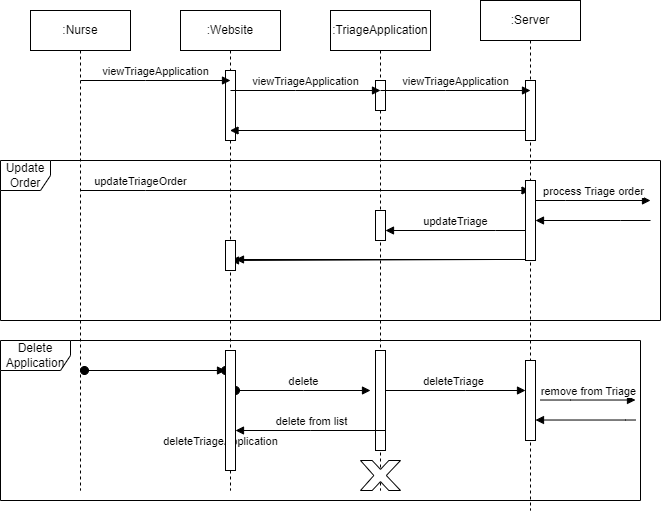
Earlier version of the draw.io export Milestone2/activityDiagrams/Copy of view triage sequence diagram.drawio.png (SENG-350-2024-fall/Team5). Source tidied: cells renumbered, new cells last; positions are measured from the earlier drawing's top-left corner, leaving out a move shared by most shapes. Source of this version:
```xml
<mxGraphModel>
  <root>
    <mxCell id="0" />
    <mxCell id="1" parent="0" />
    <mxCell id="2" value=":TriageApplication" style="shape=umlLifeline;perimeter=lifelinePerimeter;whiteSpace=wrap;html=1;outlineConnect=0;portConstraint=eastwest;newEdgeStyle={&quot;edgeStyle&quot;:&quot;elbowEdgeStyle&quot;,&quot;elbow&quot;:&quot;vertical&quot;,&quot;curved&quot;:0,&quot;rounded&quot;:0};" parent="1" vertex="1">
      <mxGeometry x="330" y="10" width="100" height="480" as="geometry" />
    </mxCell>
    <mxCell id="3" style="html=1;points=[];perimeter=orthogonalPerimeter;outlineConnect=0;targetShapes=umlLifeline;portConstraint=eastwest;newEdgeStyle={&quot;edgeStyle&quot;:&quot;elbowEdgeStyle&quot;,&quot;elbow&quot;:&quot;vertical&quot;,&quot;curved&quot;:0,&quot;rounded&quot;:0};" parent="2" vertex="1">
      <mxGeometry x="45" y="70" width="10" height="30" as="geometry" />
    </mxCell>
    <mxCell id="4" value=":Server" style="shape=umlLifeline;perimeter=lifelinePerimeter;whiteSpace=wrap;html=1;outlineConnect=0;portConstraint=eastwest;newEdgeStyle={&quot;edgeStyle&quot;:&quot;elbowEdgeStyle&quot;,&quot;elbow&quot;:&quot;vertical&quot;,&quot;curved&quot;:0,&quot;rounded&quot;:0};" parent="1" vertex="1">
      <mxGeometry x="480" width="100" height="510" as="geometry" />
    </mxCell>
    <mxCell id="5" style="html=1;perimeter=orthogonalPerimeter;targetShapes=umlLifeline;newEdgeStyle={&quot;edgeStyle&quot;:&quot;elbowEdgeStyle&quot;,&quot;elbow&quot;:&quot;vertical&quot;,&quot;curved&quot;:0,&quot;rounded&quot;:0};" parent="4" vertex="1">
      <mxGeometry x="45" y="80" width="10" height="60" as="geometry" />
    </mxCell>
    <mxCell id="6" value=":Website" style="shape=umlLifeline;perimeter=lifelinePerimeter;whiteSpace=wrap;html=1;outlineConnect=0;portConstraint=eastwest;newEdgeStyle={&quot;edgeStyle&quot;:&quot;elbowEdgeStyle&quot;,&quot;elbow&quot;:&quot;vertical&quot;,&quot;curved&quot;:0,&quot;rounded&quot;:0};" parent="1" vertex="1">
      <mxGeometry x="180" y="10" width="100" height="480" as="geometry" />
    </mxCell>
    <mxCell id="7" style="html=1;perimeter=orthogonalPerimeter;targetShapes=umlLifeline;newEdgeStyle={&quot;edgeStyle&quot;:&quot;elbowEdgeStyle&quot;,&quot;elbow&quot;:&quot;vertical&quot;,&quot;curved&quot;:0,&quot;rounded&quot;:0};" parent="6" vertex="1">
      <mxGeometry x="45" y="60" width="10" height="70" as="geometry" />
    </mxCell>
    <mxCell id="8" value=":Nurse" style="shape=umlLifeline;perimeter=lifelinePerimeter;whiteSpace=wrap;html=1;newEdgeStyle={&quot;edgeStyle&quot;:&quot;elbowEdgeStyle&quot;,&quot;elbow&quot;:&quot;vertical&quot;,&quot;curved&quot;:0,&quot;rounded&quot;:0};" parent="1" vertex="1">
      <mxGeometry x="30" y="10" width="100" height="480" as="geometry" />
    </mxCell>
    <mxCell id="9" value="viewTriageApplication" style="html=1;verticalAlign=bottom;endArrow=block;edgeStyle=elbowEdgeStyle;elbow=vertical;curved=0;rounded=0;" parent="1" edge="1">
      <mxGeometry relative="1" as="geometry">
        <mxPoint x="80" y="80" as="sourcePoint" />
        <mxPoint x="230" y="80" as="targetPoint" />
        <Array as="points">
          <mxPoint x="145" y="80" />
        </Array>
      </mxGeometry>
    </mxCell>
    <mxCell id="10" value="viewTriageApplication" style="html=1;verticalAlign=bottom;endArrow=block;edgeStyle=elbowEdgeStyle;elbow=vertical;curved=0;rounded=0;" parent="1" edge="1">
      <mxGeometry relative="1" as="geometry">
        <mxPoint x="230" y="90" as="sourcePoint" />
        <mxPoint x="380" y="90" as="targetPoint" />
        <Array as="points">
          <mxPoint x="295" y="90" />
        </Array>
      </mxGeometry>
    </mxCell>
    <mxCell id="11" value="viewTriageApplication" style="html=1;verticalAlign=bottom;endArrow=block;edgeStyle=elbowEdgeStyle;elbow=vertical;curved=0;rounded=0;" parent="1" edge="1">
      <mxGeometry relative="1" as="geometry">
        <mxPoint x="380" y="90" as="sourcePoint" />
        <mxPoint x="530" y="90" as="targetPoint" />
        <Array as="points">
          <mxPoint x="445" y="90" />
        </Array>
      </mxGeometry>
    </mxCell>
    <mxCell id="12" style="html=1;verticalAlign=bottom;endArrow=block;edgeStyle=elbowEdgeStyle;elbow=vertical;curved=0;rounded=0;" parent="1" edge="1" target="6">
      <mxGeometry relative="1" as="geometry">
        <mxPoint x="525.5" y="130" as="sourcePoint" />
        <Array as="points">
          <mxPoint x="450.5" y="130" />
        </Array>
      </mxGeometry>
    </mxCell>
    <mxCell id="13" value="Update Order" style="shape=umlFrame;whiteSpace=wrap;html=1;width=50;height=30;" parent="1" vertex="1">
      <mxGeometry y="160" width="660" height="160" as="geometry" />
    </mxCell>
    <mxCell id="14" value="updateTriageOrder" style="html=1;verticalAlign=bottom;endArrow=block;edgeStyle=elbowEdgeStyle;elbow=vertical;curved=0;rounded=0;" parent="1" edge="1" target="4">
      <mxGeometry x="-0.73" relative="1" as="geometry">
        <mxPoint x="80" y="190" as="sourcePoint" />
        <Array as="points">
          <mxPoint x="145" y="190" />
        </Array>
      </mxGeometry>
    </mxCell>
    <mxCell id="15" value="process Triage order" style="html=1;verticalAlign=bottom;endArrow=block;edgeStyle=elbowEdgeStyle;elbow=vertical;curved=0;rounded=0;" parent="1" edge="1" source="18">
      <mxGeometry relative="1" as="geometry">
        <mxPoint x="650" y="200" as="targetPoint" />
        <Array as="points">
          <mxPoint x="565" y="200" />
          <mxPoint x="615" y="190" />
        </Array>
      </mxGeometry>
    </mxCell>
    <mxCell id="16" style="html=1;verticalAlign=bottom;endArrow=block;edgeStyle=elbowEdgeStyle;elbow=vertical;curved=0;rounded=0;" parent="1" edge="1">
      <mxGeometry relative="1" as="geometry">
        <mxPoint x="650" y="220" as="sourcePoint" />
        <mxPoint x="535" y="220" as="targetPoint" />
        <Array as="points">
          <mxPoint x="620" y="220" />
        </Array>
      </mxGeometry>
    </mxCell>
    <mxCell id="17" style="html=1;verticalAlign=bottom;endArrow=block;edgeStyle=elbowEdgeStyle;elbow=vertical;curved=0;rounded=0;" parent="1" edge="1" target="18">
      <mxGeometry relative="1" as="geometry">
        <mxPoint x="530" y="200" as="sourcePoint" />
      </mxGeometry>
    </mxCell>
    <mxCell id="18" style="html=1;points=[];perimeter=orthogonalPerimeter;outlineConnect=0;targetShapes=umlLifeline;portConstraint=eastwest;newEdgeStyle={&quot;edgeStyle&quot;:&quot;elbowEdgeStyle&quot;,&quot;elbow&quot;:&quot;vertical&quot;,&quot;curved&quot;:0,&quot;rounded&quot;:0};" parent="1" vertex="1">
      <mxGeometry x="525" y="180" width="10" height="80" as="geometry" />
    </mxCell>
    <mxCell id="19" style="html=1;verticalAlign=bottom;endArrow=block;edgeStyle=elbowEdgeStyle;elbow=vertical;curved=0;rounded=0;" parent="1" edge="1" source="21" target="2">
      <mxGeometry relative="1" as="geometry" />
    </mxCell>
    <mxCell id="20" value="updateTriage" style="html=1;verticalAlign=bottom;endArrow=block;edgeStyle=elbowEdgeStyle;elbow=vertical;curved=0;rounded=0;" parent="1" edge="1" target="21">
      <mxGeometry relative="1" as="geometry">
        <mxPoint x="525" y="230" as="sourcePoint" />
        <Array as="points">
          <mxPoint x="495" y="230" />
        </Array>
      </mxGeometry>
    </mxCell>
    <mxCell id="21" style="html=1;points=[];perimeter=orthogonalPerimeter;outlineConnect=0;targetShapes=umlLifeline;portConstraint=eastwest;newEdgeStyle={&quot;edgeStyle&quot;:&quot;elbowEdgeStyle&quot;,&quot;elbow&quot;:&quot;vertical&quot;,&quot;curved&quot;:0,&quot;rounded&quot;:0};" parent="1" vertex="1">
      <mxGeometry x="375" y="210" width="10" height="30" as="geometry" />
    </mxCell>
    <mxCell id="22" style="html=1;verticalAlign=bottom;endArrow=block;edgeStyle=elbowEdgeStyle;elbow=vertical;curved=0;rounded=0;" parent="1" edge="1" source="36">
      <mxGeometry relative="1" as="geometry">
        <mxPoint x="230" y="260" as="targetPoint" />
        <Array as="points">
          <mxPoint x="495" y="259" />
        </Array>
      </mxGeometry>
    </mxCell>
    <mxCell id="23" value="Delete Application" style="shape=umlFrame;whiteSpace=wrap;html=1;width=70;height=30;" parent="1" vertex="1">
      <mxGeometry y="340" width="640" height="160" as="geometry" />
    </mxCell>
    <mxCell id="24" value="delete" style="html=1;verticalAlign=bottom;startArrow=oval;endArrow=block;startSize=8;edgeStyle=elbowEdgeStyle;elbow=horizontal;curved=0;rounded=0;" parent="1" edge="1">
      <mxGeometry relative="1" as="geometry">
        <mxPoint x="235" y="390" as="sourcePoint" />
        <mxPoint x="370" y="390" as="targetPoint" />
      </mxGeometry>
    </mxCell>
    <mxCell id="25" value="deleteTriage" style="html=1;verticalAlign=bottom;endArrow=block;edgeStyle=elbowEdgeStyle;elbow=vertical;curved=0;rounded=0;" parent="1" edge="1" target="31">
      <mxGeometry relative="1" as="geometry">
        <mxPoint x="380" y="390" as="sourcePoint" />
        <Array as="points">
          <mxPoint x="465" y="390" />
        </Array>
      </mxGeometry>
    </mxCell>
    <mxCell id="26" value="remove from Triage" style="html=1;verticalAlign=bottom;endArrow=block;edgeStyle=elbowEdgeStyle;elbow=vertical;curved=0;rounded=0;" parent="1" edge="1">
      <mxGeometry relative="1" as="geometry">
        <mxPoint x="540" y="399.5" as="sourcePoint" />
        <mxPoint x="635" y="399.5" as="targetPoint" />
        <Array as="points">
          <mxPoint x="570" y="399.5" />
          <mxPoint x="620" y="389.5" />
        </Array>
      </mxGeometry>
    </mxCell>
    <mxCell id="27" style="html=1;verticalAlign=bottom;endArrow=block;edgeStyle=elbowEdgeStyle;elbow=vertical;curved=0;rounded=0;" parent="1" edge="1">
      <mxGeometry relative="1" as="geometry">
        <mxPoint x="635" y="419.5" as="sourcePoint" />
        <mxPoint x="535" y="419.5" as="targetPoint" />
        <Array as="points">
          <mxPoint x="625" y="419.5" />
        </Array>
      </mxGeometry>
    </mxCell>
    <mxCell id="28" value="deleteTriageApplication" style="html=1;verticalAlign=bottom;startArrow=oval;endArrow=block;startSize=8;edgeStyle=elbowEdgeStyle;elbow=vertical;curved=0;rounded=0;" parent="1" edge="1" source="34">
      <mxGeometry x="1" y="80" relative="1" as="geometry">
        <mxPoint x="220" y="370" as="targetPoint" />
      </mxGeometry>
    </mxCell>
    <mxCell id="29" style="verticalLabelPosition=bottom;verticalAlign=top;html=1;shape=mxgraph.basic.x;" parent="1" vertex="1">
      <mxGeometry x="360" y="460" width="40" height="30" as="geometry" />
    </mxCell>
    <mxCell id="30" style="html=1;perimeter=orthogonalPerimeter;targetShapes=umlLifeline;newEdgeStyle={&quot;edgeStyle&quot;:&quot;elbowEdgeStyle&quot;,&quot;elbow&quot;:&quot;vertical&quot;,&quot;curved&quot;:0,&quot;rounded&quot;:0};" parent="1" vertex="1">
      <mxGeometry x="375" y="350" width="10" height="100" as="geometry" />
    </mxCell>
    <mxCell id="31" style="html=1;points=[];perimeter=orthogonalPerimeter;outlineConnect=0;targetShapes=umlLifeline;portConstraint=eastwest;newEdgeStyle={&quot;edgeStyle&quot;:&quot;elbowEdgeStyle&quot;,&quot;elbow&quot;:&quot;vertical&quot;,&quot;curved&quot;:0,&quot;rounded&quot;:0};" parent="1" vertex="1">
      <mxGeometry x="525" y="360" width="10" height="80" as="geometry" />
    </mxCell>
    <mxCell id="32" value="delete from list" style="html=1;verticalAlign=bottom;endArrow=block;edgeStyle=elbowEdgeStyle;elbow=vertical;curved=0;rounded=0;" parent="1" edge="1">
      <mxGeometry relative="1" as="geometry">
        <mxPoint x="385.5" y="430" as="sourcePoint" />
        <mxPoint x="235" y="430" as="targetPoint" />
      </mxGeometry>
    </mxCell>
    <mxCell id="33" style="html=1;verticalAlign=bottom;startArrow=oval;endArrow=block;startSize=8;edgeStyle=elbowEdgeStyle;elbow=vertical;curved=0;rounded=0;" parent="1" edge="1" target="34">
      <mxGeometry relative="1" as="geometry">
        <mxPoint x="84" y="370" as="sourcePoint" />
      </mxGeometry>
    </mxCell>
    <mxCell id="34" style="html=1;points=[];perimeter=orthogonalPerimeter;outlineConnect=0;targetShapes=umlLifeline;portConstraint=eastwest;newEdgeStyle={&quot;edgeStyle&quot;:&quot;elbowEdgeStyle&quot;,&quot;elbow&quot;:&quot;vertical&quot;,&quot;curved&quot;:0,&quot;rounded&quot;:0};" parent="1" vertex="1">
      <mxGeometry x="225" y="350" width="10" height="120" as="geometry" />
    </mxCell>
    <mxCell id="35" style="html=1;verticalAlign=bottom;endArrow=block;edgeStyle=elbowEdgeStyle;elbow=vertical;curved=0;rounded=0;" parent="1" edge="1" target="36">
      <mxGeometry relative="1" as="geometry">
        <mxPoint x="525" y="259" as="sourcePoint" />
      </mxGeometry>
    </mxCell>
    <mxCell id="36" style="html=1;points=[];perimeter=orthogonalPerimeter;outlineConnect=0;targetShapes=umlLifeline;portConstraint=eastwest;newEdgeStyle={&quot;edgeStyle&quot;:&quot;elbowEdgeStyle&quot;,&quot;elbow&quot;:&quot;vertical&quot;,&quot;curved&quot;:0,&quot;rounded&quot;:0};" parent="1" vertex="1">
      <mxGeometry x="225" y="240" width="10" height="30" as="geometry" />
    </mxCell>
  </root>
</mxGraphModel>
```
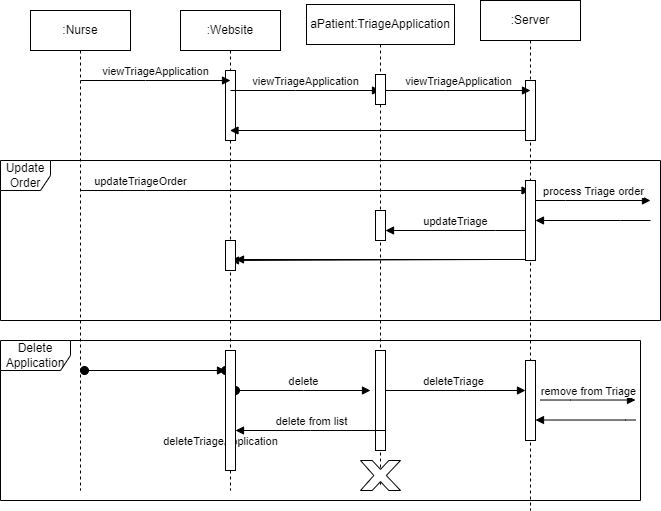
The same file after the commit.

Diff of the diagram source:
```diff
@@ -2,12 +2,9 @@
   <root>
     <mxCell id="0" />
     <mxCell id="1" parent="0" />
-    <mxCell id="2" value=":TriageApplication" style="shape=umlLifeline;perimeter=lifelinePerimeter;whiteSpace=wrap;html=1;outlineConnect=0;portConstraint=eastwest;newEdgeStyle={&quot;edgeStyle&quot;:&quot;elbowEdgeStyle&quot;,&quot;elbow&quot;:&quot;vertical&quot;,&quot;curved&quot;:0,&quot;rounded&quot;:0};" parent="1" vertex="1">
-      <mxGeometry x="330" y="10" width="100" height="480" as="geometry" />
+    <mxCell id="2" value="aPatient:TriageApplication" style="shape=umlLifeline;perimeter=lifelinePerimeter;whiteSpace=wrap;html=1;outlineConnect=0;portConstraint=eastwest;newEdgeStyle={&quot;edgeStyle&quot;:&quot;elbowEdgeStyle&quot;,&quot;elbow&quot;:&quot;vertical&quot;,&quot;curved&quot;:0,&quot;rounded&quot;:0};" parent="1" vertex="1">
+      <mxGeometry x="306" y="4" width="148" height="480" as="geometry" />
     </mxCell>
-    <mxCell id="3" style="html=1;points=[];perimeter=orthogonalPerimeter;outlineConnect=0;targetShapes=umlLifeline;portConstraint=eastwest;newEdgeStyle={&quot;edgeStyle&quot;:&quot;elbowEdgeStyle&quot;,&quot;elbow&quot;:&quot;vertical&quot;,&quot;curved&quot;:0,&quot;rounded&quot;:0};" parent="2" vertex="1">
-      <mxGeometry x="45" y="70" width="10" height="30" as="geometry" />
-    </mxCell>
     <mxCell id="4" value=":Server" style="shape=umlLifeline;perimeter=lifelinePerimeter;whiteSpace=wrap;html=1;outlineConnect=0;portConstraint=eastwest;newEdgeStyle={&quot;edgeStyle&quot;:&quot;elbowEdgeStyle&quot;,&quot;elbow&quot;:&quot;vertical&quot;,&quot;curved&quot;:0,&quot;rounded&quot;:0};" parent="1" vertex="1">
       <mxGeometry x="480" width="100" height="510" as="geometry" />
     </mxCell>
@@ -41,9 +38,8 @@
         </Array>
       </mxGeometry>
     </mxCell>
-    <mxCell id="11" value="viewTriageApplication" style="html=1;verticalAlign=bottom;endArrow=block;edgeStyle=elbowEdgeStyle;elbow=vertical;curved=0;rounded=0;" parent="1" edge="1">
+    <mxCell id="11" value="viewTriageApplication" style="html=1;verticalAlign=bottom;endArrow=block;edgeStyle=elbowEdgeStyle;elbow=vertical;curved=0;rounded=0;" parent="1" edge="1" source="3">
       <mxGeometry relative="1" as="geometry">
-        <mxPoint x="380" y="90" as="sourcePoint" />
         <mxPoint x="530" y="90" as="targetPoint" />
         <Array as="points">
           <mxPoint x="445" y="90" />
@@ -189,5 +185,13 @@
     <mxCell id="36" style="html=1;points=[];perimeter=orthogonalPerimeter;outlineConnect=0;targetShapes=umlLifeline;portConstraint=eastwest;newEdgeStyle={&quot;edgeStyle&quot;:&quot;elbowEdgeStyle&quot;,&quot;elbow&quot;:&quot;vertical&quot;,&quot;curved&quot;:0,&quot;rounded&quot;:0};" parent="1" vertex="1">
       <mxGeometry x="225" y="240" width="10" height="30" as="geometry" />
     </mxCell>
+    <mxCell id="37" style="html=1;verticalAlign=bottom;endArrow=block;edgeStyle=elbowEdgeStyle;elbow=vertical;curved=0;rounded=0;" parent="1" edge="1" target="3">
+      <mxGeometry relative="1" as="geometry">
+        <mxPoint x="380" y="90" as="sourcePoint" />
+      </mxGeometry>
+    </mxCell>
+    <mxCell id="3" style="html=1;points=[];perimeter=orthogonalPerimeter;outlineConnect=0;targetShapes=umlLifeline;portConstraint=eastwest;newEdgeStyle={&quot;edgeStyle&quot;:&quot;elbowEdgeStyle&quot;,&quot;elbow&quot;:&quot;vertical&quot;,&quot;curved&quot;:0,&quot;rounded&quot;:0};" parent="1" vertex="1">
+      <mxGeometry x="375" y="74" width="10" height="30" as="geometry" />
+    </mxCell>
   </root>
 </mxGraphModel>
```
